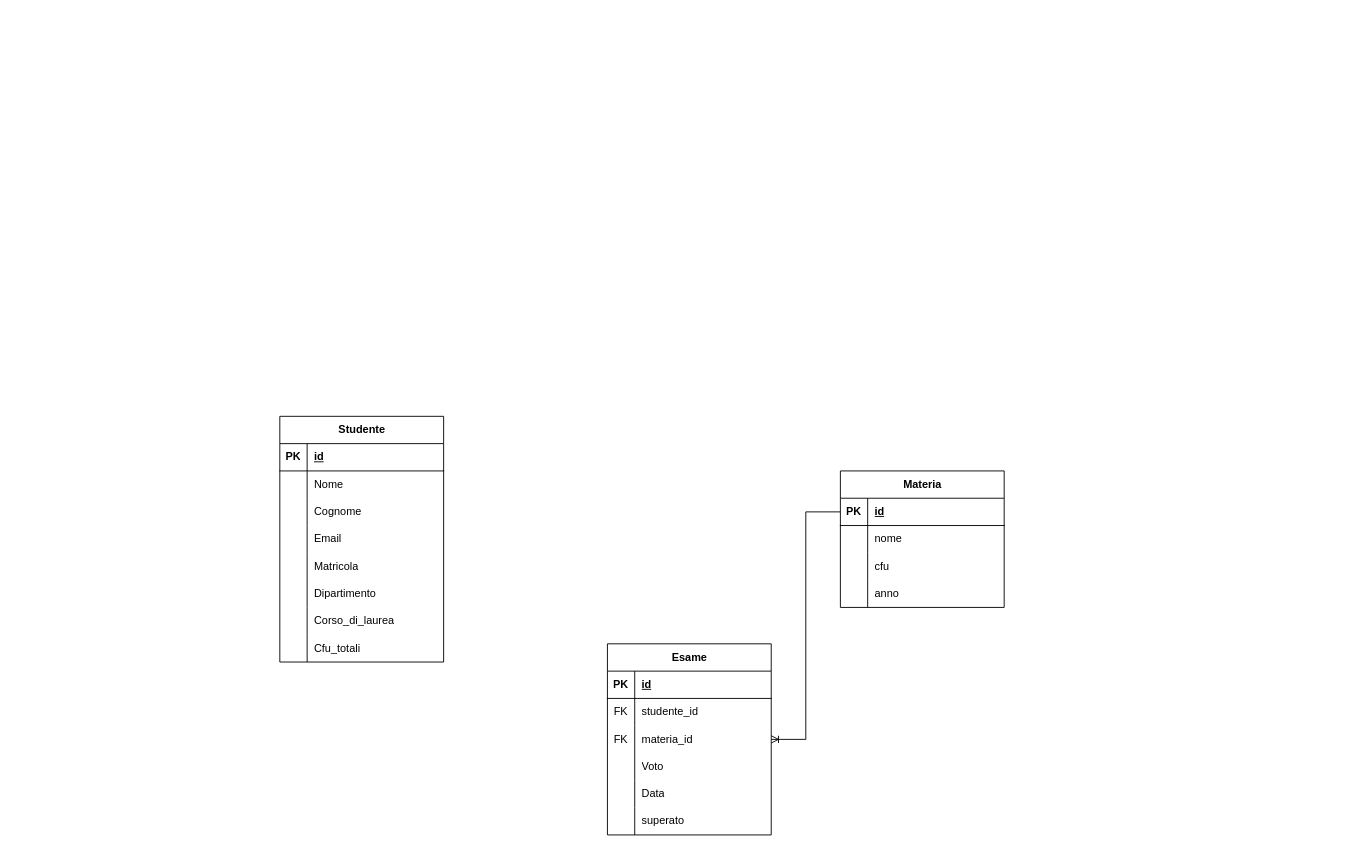
Earlier version of the draw.io diagram Universita/doc/Diagramma senza titolo.drawio (ZetaTeo/ProgettoR_Universita). Source tidied: cells renumbered, new cells numbered last; positions are measured from the earlier drawing's top-left corner, leaving out a move shared by most shapes. Both pictures are drawn from the tidied source at 91%, with x=0, y=0 at pixel (279, 416).
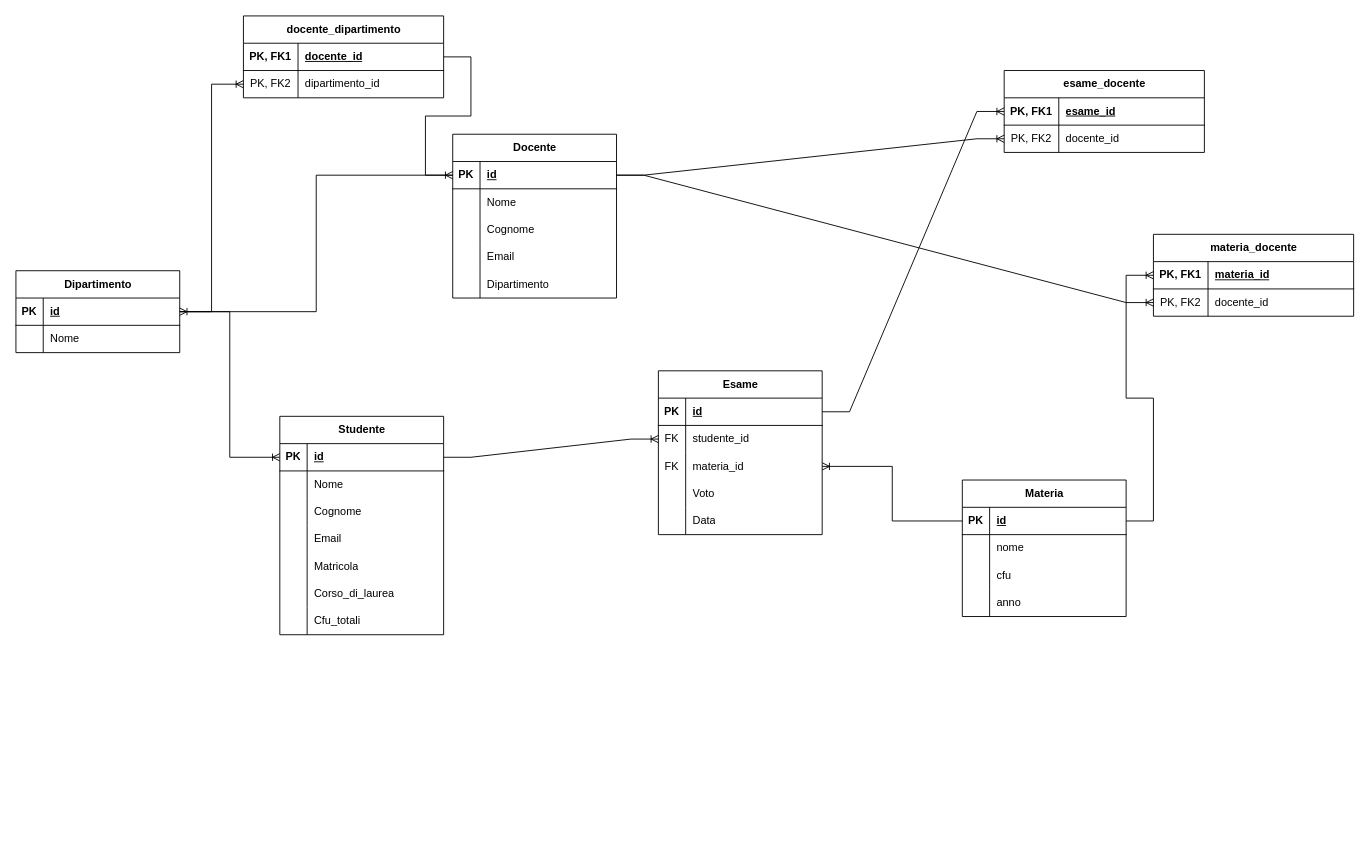
The same diagram, later.

The change refers to these unchanged cells:
```xml
<mxCell id="3" style="shape=tableRow;horizontal=0;startSize=0;swimlaneHead=0;swimlaneBody=0;fillColor=none;points=[[0,0.5],[1,0.5]];portConstraint=eastwest;top=0;left=0;right=0;bottom=1;" parent="2" vertex="1">
  <mxGeometry y="30" width="180" height="30" as="geometry" />
</mxCell>
<mxCell id="28" style="shape=tableRow;horizontal=0;startSize=0;swimlaneHead=0;swimlaneBody=0;fillColor=none;points=[[0,0.5],[1,0.5]];portConstraint=eastwest;top=0;left=0;right=0;bottom=1;" parent="27" vertex="1">
  <mxGeometry y="30" width="180" height="30" as="geometry" />
</mxCell>
<mxCell id="31" style="shape=tableRow;horizontal=0;startSize=0;swimlaneHead=0;swimlaneBody=0;fillColor=none;points=[[0,0.5],[1,0.5]];portConstraint=eastwest;top=0;left=0;right=0;bottom=0;" parent="27" vertex="1">
  <mxGeometry y="60" width="180" height="30" as="geometry" />
</mxCell>
<mxCell id="47" style="shape=tableRow;horizontal=0;startSize=0;swimlaneHead=0;swimlaneBody=0;fillColor=none;points=[[0,0.5],[1,0.5]];portConstraint=eastwest;top=0;left=0;right=0;bottom=1;" parent="46" vertex="1">
  <mxGeometry y="30" width="180" height="30" as="geometry" />
</mxCell>
```

Diff of the diagram source:
```diff
@@
     <mxCell id="2" value="Studente" style="shape=table;startSize=30;childLayout=tableLayout;rowLines=0;fontStyle=1;align=center;html=1;" parent="1" vertex="1">
-      <mxGeometry width="180" height="270" as="geometry" />
+      <mxGeometry width="180" height="240" as="geometry" />
     </mxCell>
@@
-    <mxCell id="18" style="shape=tableRow;horizontal=0;startSize=0;swimlaneHead=0;swimlaneBody=0;fillColor=none;top=0;left=0;right=0;bottom=0;" parent="2" vertex="1">
-      <mxGeometry y="180" width="180" height="30" as="geometry" />
-    </mxCell>
-    <mxCell id="19" style="shape=partialRectangle;fillColor=none;top=0;left=0;bottom=0;right=0;overflow=hidden;whiteSpace=wrap;html=1;" parent="18" vertex="1">
-      <mxGeometry width="30" height="30" as="geometry" />
-    </mxCell>
-    <mxCell id="20" value="Dipartimento" style="shape=partialRectangle;fillColor=none;top=0;left=0;bottom=0;right=0;align=left;spacingLeft=6;overflow=hidden;whiteSpace=wrap;html=1;" parent="18" vertex="1">
-      <mxGeometry x="30" width="150" height="30" as="geometry" />
-    </mxCell>
     <mxCell id="21" style="shape=tableRow;horizontal=0;startSize=0;swimlaneHead=0;swimlaneBody=0;fillColor=none;top=0;left=0;right=0;bottom=0;" parent="2" vertex="1">
-      <mxGeometry y="210" width="180" height="30" as="geometry" />
+      <mxGeometry y="180" width="180" height="30" as="geometry" />
     </mxCell>
@@
     <mxCell id="24" style="shape=tableRow;horizontal=0;startSize=0;swimlaneHead=0;swimlaneBody=0;fillColor=none;top=0;left=0;right=0;bottom=0;" parent="2" vertex="1">
-      <mxGeometry y="240" width="180" height="30" as="geometry" />
+      <mxGeometry y="210" width="180" height="30" as="geometry" />
     </mxCell>
@@
     <mxCell id="27" value="Esame" style="shape=table;startSize=30;childLayout=tableLayout;rowLines=0;fontStyle=1;align=center;html=1;" parent="1" vertex="1">
-      <mxGeometry x="360" y="250" width="180" height="210" as="geometry" />
+      <mxGeometry x="416" y="-50" width="180" height="180" as="geometry" />
     </mxCell>
@@
-    <mxCell id="43" style="shape=tableRow;horizontal=0;startSize=0;swimlaneHead=0;swimlaneBody=0;fillColor=none;top=0;left=0;right=0;bottom=0;" parent="27" vertex="1">
-      <mxGeometry y="180" width="180" height="30" as="geometry" />
-    </mxCell>
-    <mxCell id="44" style="shape=partialRectangle;fillColor=none;top=0;left=0;bottom=0;right=0;overflow=hidden;whiteSpace=wrap;html=1;" parent="43" vertex="1">
-      <mxGeometry width="30" height="30" as="geometry" />
-    </mxCell>
-    <mxCell id="45" value="superato" style="shape=partialRectangle;fillColor=none;top=0;left=0;bottom=0;right=0;align=left;spacingLeft=6;overflow=hidden;whiteSpace=wrap;html=1;" parent="43" vertex="1">
-      <mxGeometry x="30" width="150" height="30" as="geometry" />
-    </mxCell>
     <mxCell id="46" value="Materia" style="shape=table;startSize=30;childLayout=tableLayout;rowLines=0;fontStyle=1;align=center;html=1;" parent="1" vertex="1">
-      <mxGeometry x="616" y="60" width="180" height="150" as="geometry" />
+      <mxGeometry x="750" y="70" width="180" height="150" as="geometry" />
     </mxCell>
@@
+    <mxCell id="60" value="Docente" style="shape=table;startSize=30;childLayout=tableLayout;rowLines=0;fontStyle=1;align=center;html=1;" parent="1" vertex="1">
+      <mxGeometry x="190" y="-310" width="180" height="180" as="geometry" />
+    </mxCell>
+    <mxCell id="61" style="shape=tableRow;horizontal=0;startSize=0;swimlaneHead=0;swimlaneBody=0;fillColor=none;points=[[0,0.5],[1,0.5]];portConstraint=eastwest;top=0;left=0;right=0;bottom=1;" parent="60" vertex="1">
+      <mxGeometry y="30" width="180" height="30" as="geometry" />
+    </mxCell>
+    <mxCell id="62" value="PK" style="shape=partialRectangle;fillColor=none;top=0;left=0;bottom=0;right=0;fontStyle=1;overflow=hidden;whiteSpace=wrap;html=1;" parent="61" vertex="1">
+      <mxGeometry width="30" height="30" as="geometry" />
+    </mxCell>
+    <mxCell id="63" value="id&lt;span style=&quot;white-space: pre;&quot;&gt;&#9;&lt;/span&gt;" style="shape=partialRectangle;fillColor=none;top=0;left=0;bottom=0;right=0;align=left;spacingLeft=6;fontStyle=5;overflow=hidden;whiteSpace=wrap;html=1;" parent="61" vertex="1">
+      <mxGeometry x="30" width="150" height="30" as="geometry" />
+    </mxCell>
+    <mxCell id="64" style="shape=tableRow;horizontal=0;startSize=0;swimlaneHead=0;swimlaneBody=0;fillColor=none;top=0;left=0;right=0;bottom=0;" parent="60" vertex="1">
+      <mxGeometry y="60" width="180" height="30" as="geometry" />
+    </mxCell>
+    <mxCell id="65" style="shape=partialRectangle;fillColor=none;top=0;left=0;bottom=0;right=0;overflow=hidden;whiteSpace=wrap;html=1;" parent="64" vertex="1">
+      <mxGeometry width="30" height="30" as="geometry" />
+    </mxCell>
+    <mxCell id="66" value="Nome" style="shape=partialRectangle;fillColor=none;top=0;left=0;bottom=0;right=0;align=left;spacingLeft=6;overflow=hidden;whiteSpace=wrap;html=1;" parent="64" vertex="1">
+      <mxGeometry x="30" width="150" height="30" as="geometry" />
+    </mxCell>
+    <mxCell id="67" style="shape=tableRow;horizontal=0;startSize=0;swimlaneHead=0;swimlaneBody=0;fillColor=none;top=0;left=0;right=0;bottom=0;" parent="60" vertex="1">
+      <mxGeometry y="90" width="180" height="30" as="geometry" />
+    </mxCell>
+    <mxCell id="68" style="shape=partialRectangle;fillColor=none;top=0;left=0;bottom=0;right=0;overflow=hidden;whiteSpace=wrap;html=1;" parent="67" vertex="1">
+      <mxGeometry width="30" height="30" as="geometry" />
+    </mxCell>
+    <mxCell id="69" value="Cognome" style="shape=partialRectangle;fillColor=none;top=0;left=0;bottom=0;right=0;align=left;spacingLeft=6;overflow=hidden;whiteSpace=wrap;html=1;" parent="67" vertex="1">
+      <mxGeometry x="30" width="150" height="30" as="geometry" />
+    </mxCell>
+    <mxCell id="70" style="shape=tableRow;horizontal=0;startSize=0;swimlaneHead=0;swimlaneBody=0;fillColor=none;top=0;left=0;right=0;bottom=0;" parent="60" vertex="1">
+      <mxGeometry y="120" width="180" height="30" as="geometry" />
+    </mxCell>
+    <mxCell id="71" style="shape=partialRectangle;fillColor=none;top=0;left=0;bottom=0;right=0;overflow=hidden;whiteSpace=wrap;html=1;" parent="70" vertex="1">
+      <mxGeometry width="30" height="30" as="geometry" />
+    </mxCell>
+    <mxCell id="72" value="Email" style="shape=partialRectangle;fillColor=none;top=0;left=0;bottom=0;right=0;align=left;spacingLeft=6;overflow=hidden;whiteSpace=wrap;html=1;" parent="70" vertex="1">
+      <mxGeometry x="30" width="150" height="30" as="geometry" />
+    </mxCell>
+    <mxCell id="73" style="shape=tableRow;horizontal=0;startSize=0;swimlaneHead=0;swimlaneBody=0;fillColor=none;top=0;left=0;right=0;bottom=0;" parent="60" vertex="1">
+      <mxGeometry y="150" width="180" height="30" as="geometry" />
+    </mxCell>
+    <mxCell id="74" style="shape=partialRectangle;fillColor=none;top=0;left=0;bottom=0;right=0;overflow=hidden;whiteSpace=wrap;html=1;" parent="73" vertex="1">
+      <mxGeometry width="30" height="30" as="geometry" />
+    </mxCell>
+    <mxCell id="20" value="Dipartimento" style="shape=partialRectangle;fillColor=none;top=0;left=0;bottom=0;right=0;align=left;spacingLeft=6;overflow=hidden;whiteSpace=wrap;html=1;" parent="73" vertex="1">
+      <mxGeometry x="30" width="150" height="30" as="geometry" />
+    </mxCell>
+    <mxCell id="75" value="esame_docente" style="shape=table;startSize=30;childLayout=tableLayout;rowLines=0;fontStyle=1;align=center;html=1;" parent="1" vertex="1">
+      <mxGeometry x="796" y="-380" width="220" height="90" as="geometry" />
+    </mxCell>
+    <mxCell id="76" style="shape=tableRow;horizontal=0;startSize=0;swimlaneHead=0;swimlaneBody=0;fillColor=none;points=[[0,0.5],[1,0.5]];portConstraint=eastwest;top=0;left=0;right=0;bottom=1;" parent="75" vertex="1">
+      <mxGeometry y="30" width="220" height="30" as="geometry" />
+    </mxCell>
+    <mxCell id="77" value="PK, FK1" style="shape=partialRectangle;fillColor=none;top=0;left=0;bottom=0;right=0;fontStyle=1;overflow=hidden;whiteSpace=wrap;html=1;" parent="76" vertex="1">
+      <mxGeometry width="60" height="30" as="geometry" />
+    </mxCell>
+    <mxCell id="78" value="esame_id" style="shape=partialRectangle;fillColor=none;top=0;left=0;bottom=0;right=0;align=left;spacingLeft=6;fontStyle=5;overflow=hidden;whiteSpace=wrap;html=1;" parent="76" vertex="1">
+      <mxGeometry x="60" width="160" height="30" as="geometry" />
+    </mxCell>
+    <mxCell id="79" style="shape=tableRow;horizontal=0;startSize=0;swimlaneHead=0;swimlaneBody=0;fillColor=none;points=[[0,0.5],[1,0.5]];portConstraint=eastwest;top=0;left=0;right=0;bottom=0;" parent="75" vertex="1">
+      <mxGeometry y="60" width="220" height="30" as="geometry" />
+    </mxCell>
+    <mxCell id="80" value="PK, FK2" style="shape=partialRectangle;fillColor=none;top=0;left=0;bottom=0;right=0;overflow=hidden;whiteSpace=wrap;html=1;" parent="79" vertex="1">
+      <mxGeometry width="60" height="30" as="geometry" />
+    </mxCell>
+    <mxCell id="81" value="docente_id" style="shape=partialRectangle;fillColor=none;top=0;left=0;bottom=0;right=0;align=left;spacingLeft=6;overflow=hidden;whiteSpace=wrap;html=1;" parent="79" vertex="1">
+      <mxGeometry x="60" width="160" height="30" as="geometry" />
+    </mxCell>
+    <mxCell id="82" style="edgeStyle=entityRelationEdgeStyle;fontSize=12;html=1;endArrow=ERoneToMany;rounded=0;entryX=0;entryY=0.5;entryDx=0;entryDy=0;" parent="1" edge="1" source="61" target="79">
+      <mxGeometry relative="1" as="geometry" />
+    </mxCell>
+    <mxCell id="83" style="edgeStyle=entityRelationEdgeStyle;fontSize=12;html=1;endArrow=ERoneToMany;rounded=0;exitX=1;exitY=0.5;exitDx=0;exitDy=0;entryX=0;entryY=0.5;entryDx=0;entryDy=0;" parent="1" edge="1" source="28" target="76">
+      <mxGeometry relative="1" as="geometry" />
+    </mxCell>
+    <mxCell id="84" style="edgeStyle=entityRelationEdgeStyle;fontSize=12;html=1;endArrow=ERoneToMany;rounded=0;exitX=1;exitY=0.5;exitDx=0;exitDy=0;entryX=0;entryY=0.5;entryDx=0;entryDy=0;" parent="1" edge="1" source="3" target="31">
+      <mxGeometry relative="1" as="geometry" />
+    </mxCell>
+    <mxCell id="85" value="materia_docente" style="shape=table;startSize=30;childLayout=tableLayout;rowLines=0;fontStyle=1;align=center;html=1;" parent="1" vertex="1">
+      <mxGeometry x="960" y="-200" width="220" height="90" as="geometry" />
+    </mxCell>
+    <mxCell id="86" style="shape=tableRow;horizontal=0;startSize=0;swimlaneHead=0;swimlaneBody=0;fillColor=none;points=[[0,0.5],[1,0.5]];portConstraint=eastwest;top=0;left=0;right=0;bottom=1;" parent="85" vertex="1">
+      <mxGeometry y="30" width="220" height="30" as="geometry" />
+    </mxCell>
+    <mxCell id="87" value="PK, FK1" style="shape=partialRectangle;fillColor=none;top=0;left=0;bottom=0;right=0;fontStyle=1;overflow=hidden;whiteSpace=wrap;html=1;" parent="86" vertex="1">
+      <mxGeometry width="60" height="30" as="geometry" />
+    </mxCell>
+    <mxCell id="88" value="materia_id" style="shape=partialRectangle;fillColor=none;top=0;left=0;bottom=0;right=0;align=left;spacingLeft=6;fontStyle=5;overflow=hidden;whiteSpace=wrap;html=1;" parent="86" vertex="1">
+      <mxGeometry x="60" width="160" height="30" as="geometry" />
+    </mxCell>
+    <mxCell id="89" style="shape=tableRow;horizontal=0;startSize=0;swimlaneHead=0;swimlaneBody=0;fillColor=none;points=[[0,0.5],[1,0.5]];portConstraint=eastwest;top=0;left=0;right=0;bottom=0;" parent="85" vertex="1">
+      <mxGeometry y="60" width="220" height="30" as="geometry" />
+    </mxCell>
+    <mxCell id="90" value="PK, FK2" style="shape=partialRectangle;fillColor=none;top=0;left=0;bottom=0;right=0;overflow=hidden;whiteSpace=wrap;html=1;" parent="89" vertex="1">
+      <mxGeometry width="60" height="30" as="geometry" />
+    </mxCell>
+    <mxCell id="91" value="docente_id" style="shape=partialRectangle;fillColor=none;top=0;left=0;bottom=0;right=0;align=left;spacingLeft=6;overflow=hidden;whiteSpace=wrap;html=1;" parent="89" vertex="1">
+      <mxGeometry x="60" width="160" height="30" as="geometry" />
+    </mxCell>
+    <mxCell id="92" style="edgeStyle=entityRelationEdgeStyle;fontSize=12;html=1;endArrow=ERoneToMany;rounded=0;exitX=1;exitY=0.5;exitDx=0;exitDy=0;entryX=0;entryY=0.5;entryDx=0;entryDy=0;" parent="1" edge="1" source="47" target="86">
+      <mxGeometry relative="1" as="geometry" />
+    </mxCell>
+    <mxCell id="93" style="edgeStyle=entityRelationEdgeStyle;fontSize=12;html=1;endArrow=ERoneToMany;rounded=0;exitX=1;exitY=0.5;exitDx=0;exitDy=0;entryX=0;entryY=0.5;entryDx=0;entryDy=0;" parent="1" edge="1" source="61" target="89">
+      <mxGeometry relative="1" as="geometry" />
+    </mxCell>
+    <mxCell id="94" value="Dipartimento" style="shape=table;startSize=30;childLayout=tableLayout;rowLines=0;fontStyle=1;align=center;html=1;" parent="1" vertex="1">
+      <mxGeometry x="-290" y="-160" width="180" height="90" as="geometry" />
+    </mxCell>
+    <mxCell id="95" style="shape=tableRow;horizontal=0;startSize=0;swimlaneHead=0;swimlaneBody=0;fillColor=none;points=[[0,0.5],[1,0.5]];portConstraint=eastwest;top=0;left=0;right=0;bottom=1;" parent="94" vertex="1">
+      <mxGeometry y="30" width="180" height="30" as="geometry" />
+    </mxCell>
+    <mxCell id="96" value="PK" style="shape=partialRectangle;fillColor=none;top=0;left=0;bottom=0;right=0;fontStyle=1;overflow=hidden;whiteSpace=wrap;html=1;" parent="95" vertex="1">
+      <mxGeometry width="30" height="30" as="geometry" />
+    </mxCell>
+    <mxCell id="97" value="id&lt;span style=&quot;white-space: pre;&quot;&gt;&#9;&lt;/span&gt;" style="shape=partialRectangle;fillColor=none;top=0;left=0;bottom=0;right=0;align=left;spacingLeft=6;fontStyle=5;overflow=hidden;whiteSpace=wrap;html=1;" parent="95" vertex="1">
+      <mxGeometry x="30" width="150" height="30" as="geometry" />
+    </mxCell>
+    <mxCell id="98" style="shape=tableRow;horizontal=0;startSize=0;swimlaneHead=0;swimlaneBody=0;fillColor=none;top=0;left=0;right=0;bottom=0;" parent="94" vertex="1">
+      <mxGeometry y="60" width="180" height="30" as="geometry" />
+    </mxCell>
+    <mxCell id="99" style="shape=partialRectangle;fillColor=none;top=0;left=0;bottom=0;right=0;overflow=hidden;whiteSpace=wrap;html=1;" parent="98" vertex="1">
+      <mxGeometry width="30" height="30" as="geometry" />
+    </mxCell>
+    <mxCell id="100" value="Nome" style="shape=partialRectangle;fillColor=none;top=0;left=0;bottom=0;right=0;align=left;spacingLeft=6;overflow=hidden;whiteSpace=wrap;html=1;" parent="98" vertex="1">
+      <mxGeometry x="30" width="150" height="30" as="geometry" />
+    </mxCell>
+    <mxCell id="101" style="edgeStyle=elbowEdgeStyle;fontSize=12;html=1;endArrow=ERoneToMany;rounded=0;entryX=1;entryY=0.5;entryDx=0;entryDy=0;exitX=0;exitY=0.5;exitDx=0;exitDy=0;" parent="1" edge="1" source="61" target="95">
+      <mxGeometry relative="1" as="geometry" />
+    </mxCell>
+    <mxCell id="102" value="docente_dipartimento" style="shape=table;startSize=30;childLayout=tableLayout;rowLines=0;fontStyle=1;align=center;html=1;" parent="1" vertex="1">
+      <mxGeometry x="-40" y="-440" width="220" height="90" as="geometry" />
+    </mxCell>
+    <mxCell id="103" style="shape=tableRow;horizontal=0;startSize=0;swimlaneHead=0;swimlaneBody=0;fillColor=none;points=[[0,0.5],[1,0.5]];portConstraint=eastwest;top=0;left=0;right=0;bottom=1;" parent="102" vertex="1">
+      <mxGeometry y="30" width="220" height="30" as="geometry" />
+    </mxCell>
+    <mxCell id="104" value="PK, FK1" style="shape=partialRectangle;fillColor=none;top=0;left=0;bottom=0;right=0;fontStyle=1;overflow=hidden;whiteSpace=wrap;html=1;" parent="103" vertex="1">
+      <mxGeometry width="60" height="30" as="geometry" />
+    </mxCell>
+    <mxCell id="105" value="docente_id" style="shape=partialRectangle;fillColor=none;top=0;left=0;bottom=0;right=0;align=left;spacingLeft=6;fontStyle=5;overflow=hidden;whiteSpace=wrap;html=1;" parent="103" vertex="1">
+      <mxGeometry x="60" width="160" height="30" as="geometry" />
+    </mxCell>
+    <mxCell id="106" style="shape=tableRow;horizontal=0;startSize=0;swimlaneHead=0;swimlaneBody=0;fillColor=none;points=[[0,0.5],[1,0.5]];portConstraint=eastwest;top=0;left=0;right=0;bottom=0;" parent="102" vertex="1">
+      <mxGeometry y="60" width="220" height="30" as="geometry" />
+    </mxCell>
+    <mxCell id="107" value="PK, FK2" style="shape=partialRectangle;fillColor=none;top=0;left=0;bottom=0;right=0;overflow=hidden;whiteSpace=wrap;html=1;" parent="106" vertex="1">
+      <mxGeometry width="60" height="30" as="geometry" />
+    </mxCell>
+    <mxCell id="108" value="dipartimento_id" style="shape=partialRectangle;fillColor=none;top=0;left=0;bottom=0;right=0;align=left;spacingLeft=6;overflow=hidden;whiteSpace=wrap;html=1;" parent="106" vertex="1">
+      <mxGeometry x="60" width="160" height="30" as="geometry" />
+    </mxCell>
+    <mxCell id="109" style="edgeStyle=entityRelationEdgeStyle;fontSize=12;html=1;endArrow=ERoneToMany;rounded=0;exitX=1;exitY=0.5;exitDx=0;exitDy=0;entryX=0;entryY=0.5;entryDx=0;entryDy=0;" parent="1" edge="1" source="103" target="61">
+      <mxGeometry relative="1" as="geometry" />
+    </mxCell>
+    <mxCell id="110" style="edgeStyle=elbowEdgeStyle;fontSize=12;html=1;endArrow=ERoneToMany;rounded=0;entryX=0;entryY=0.5;entryDx=0;entryDy=0;exitX=1;exitY=0.5;exitDx=0;exitDy=0;" parent="1" edge="1" source="95" target="106">
+      <mxGeometry relative="1" as="geometry" />
+    </mxCell>
+    <mxCell id="111" style="edgeStyle=elbowEdgeStyle;fontSize=12;html=1;endArrow=ERoneToMany;rounded=0;exitX=1;exitY=0.5;exitDx=0;exitDy=0;" parent="1" edge="1" source="95">
+      <mxGeometry relative="1" as="geometry">
+        <mxPoint y="45" as="targetPoint" />
+      </mxGeometry>
+    </mxCell>
```
